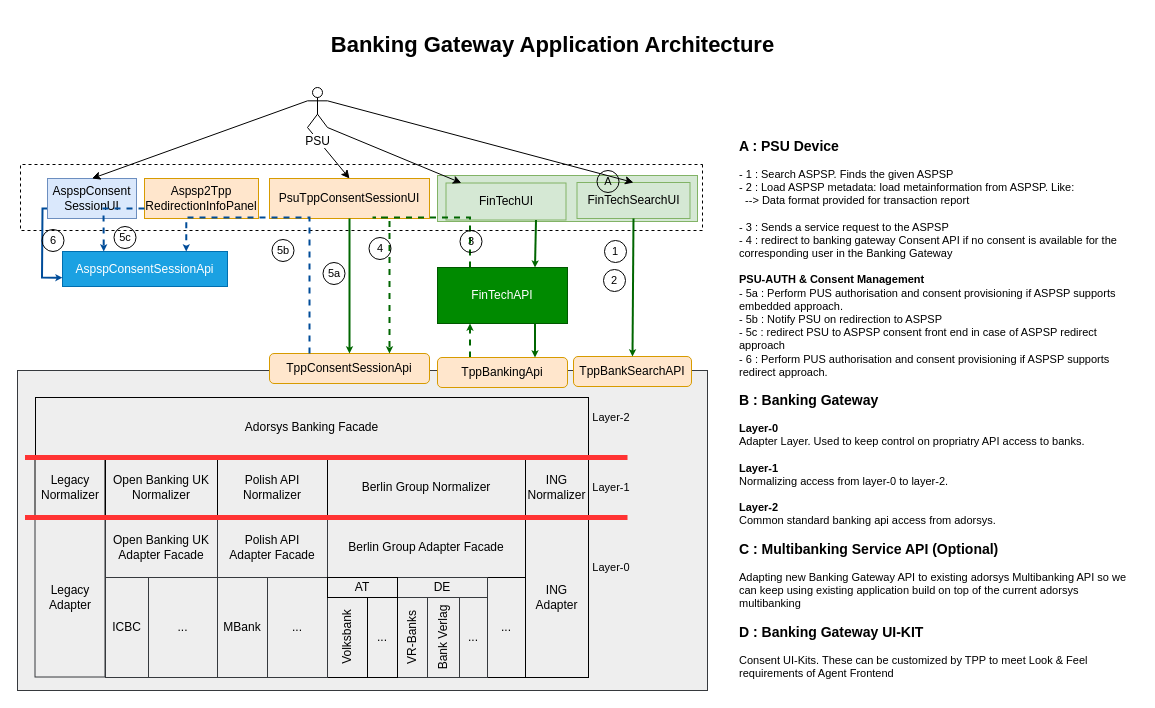
Before: docs/architecture/big-picture.drawio in adorsys/open-banking-gateway, a draw.io diagram. Source tidied: cells renumbered, new cells numbered last; positions are measured from the earlier drawing's top-left corner, leaving out a move shared by most shapes. Both pictures are drawn from the tidied source at 100%, with x=0, y=0 at pixel (17, -144).
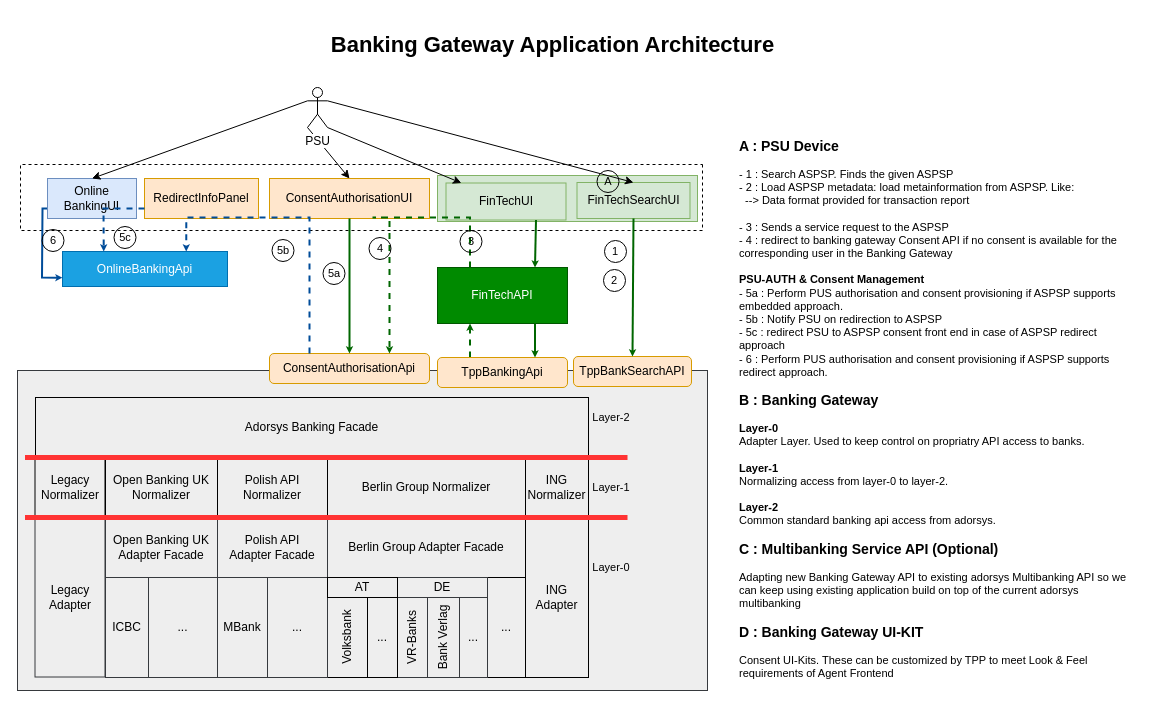
After the change.

Diff of the diagram source:
```diff
@@
-    <mxCell id="22" value="PsuTppConsentSessionUI" style="rounded=0;whiteSpace=wrap;html=1;fillColor=#ffe6cc;strokeColor=#d79b00;fontColor=#000000;" parent="1" vertex="1">
+    <mxCell id="22" value="ConsentAuthorisationUI" style="rounded=0;whiteSpace=wrap;html=1;fillColor=#ffe6cc;strokeColor=#d79b00;fontColor=#000000;" parent="1" vertex="1">
       <mxGeometry x="252" y="322" width="160" height="40" as="geometry" />
     </mxCell>
-    <mxCell id="23" value="Aspsp2Tpp&lt;br&gt;RedirectionInfoPanel" style="rounded=0;whiteSpace=wrap;html=1;fillColor=#ffe6cc;strokeColor=#d79b00;fontColor=#000000;" parent="1" vertex="1">
+    <mxCell id="23" value="RedirectInfoPanel" style="rounded=0;whiteSpace=wrap;html=1;fillColor=#ffe6cc;strokeColor=#d79b00;fontColor=#000000;" parent="1" vertex="1">
       <mxGeometry x="127" y="322" width="114" height="40" as="geometry" />
     </mxCell>
@@
-    <mxCell id="30" value="TppConsentSessionApi" style="rounded=1;whiteSpace=wrap;html=1;rotation=0;fillColor=#ffe6cc;strokeColor=#d79b00;fontColor=#000000;" parent="1" vertex="1">
+    <mxCell id="30" value="ConsentAuthorisationApi" style="rounded=1;whiteSpace=wrap;html=1;rotation=0;fillColor=#ffe6cc;strokeColor=#d79b00;fontColor=#000000;" parent="1" vertex="1">
       <mxGeometry x="252" y="497" width="160" height="30" as="geometry" />
     </mxCell>
@@
-    <mxCell id="36" value="AspspConsentSessionApi" style="rounded=0;whiteSpace=wrap;html=1;rotation=0;fillColor=#1ba1e2;strokeColor=#006EAF;fontColor=#ffffff;" parent="1" vertex="1">
+    <mxCell id="36" value="OnlineBankingApi" style="rounded=0;whiteSpace=wrap;html=1;rotation=0;fillColor=#1ba1e2;strokeColor=#006EAF;fontColor=#ffffff;" parent="1" vertex="1">
       <mxGeometry x="45" y="395" width="165" height="35" as="geometry" />
     </mxCell>
@@
-    <mxCell id="38" value="AspspConsent&lt;br&gt;SessionUI" style="rounded=0;whiteSpace=wrap;html=1;fillColor=#dae8fc;strokeColor=#6c8ebf;fontColor=#000000;" parent="1" vertex="1">
+    <mxCell id="38" value="Online&lt;br&gt;BankingUI" style="rounded=0;whiteSpace=wrap;html=1;fillColor=#dae8fc;strokeColor=#6c8ebf;fontColor=#000000;" parent="1" vertex="1">
       <mxGeometry x="30" y="322" width="89" height="40" as="geometry" />
     </mxCell>
```
